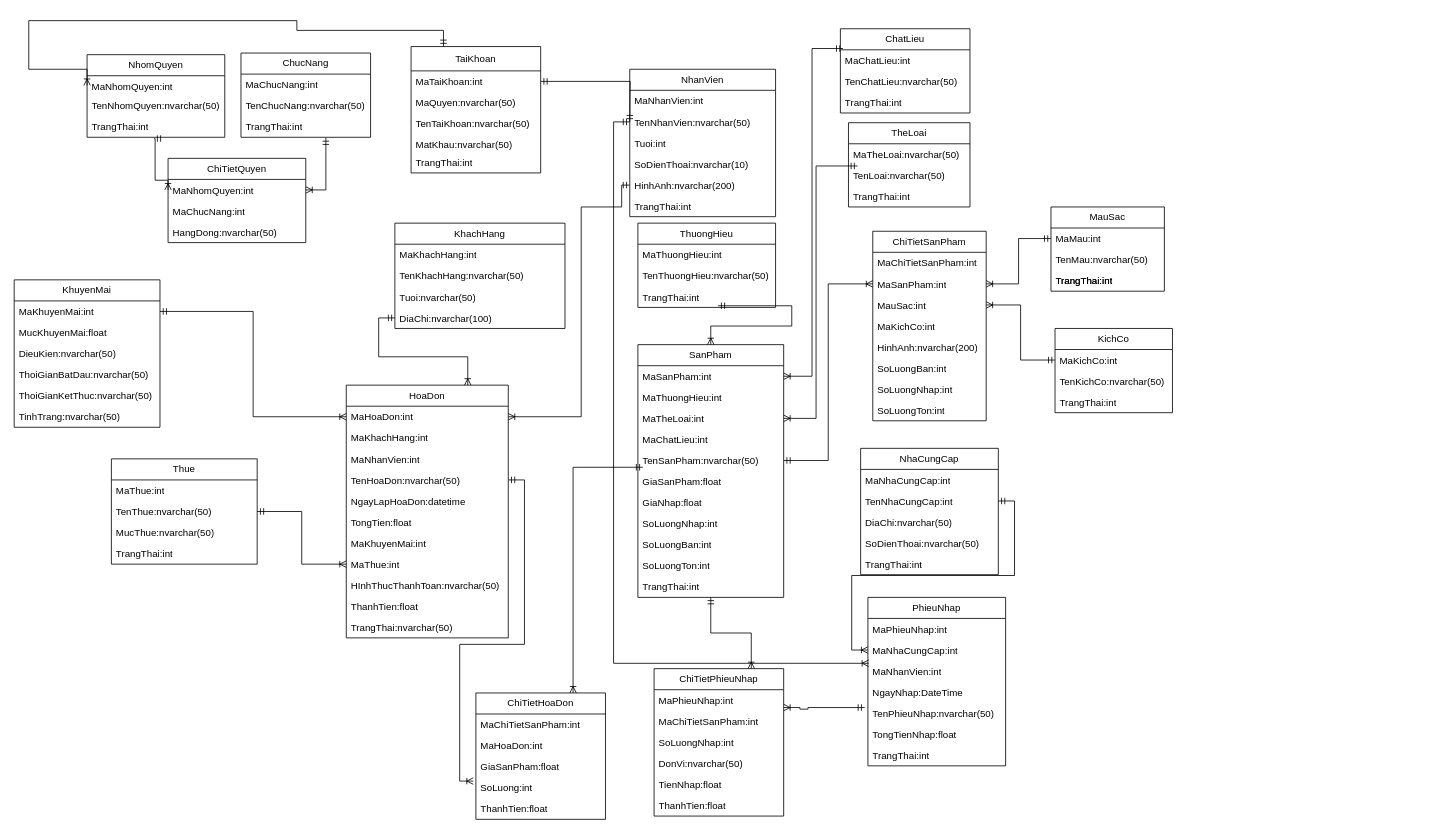
The draw.io diagram Biểu đồ không có tiêu đề (1).drawio in maivantai2003/SportStoreManager, before the edit. Source tidied: cells renumbered, new cells numbered last; positions are measured from the earlier drawing's top-left corner, leaving out a move shared by most shapes. Both pictures are drawn from the tidied source at 81%, with x=0, y=0 at pixel (14, 20).
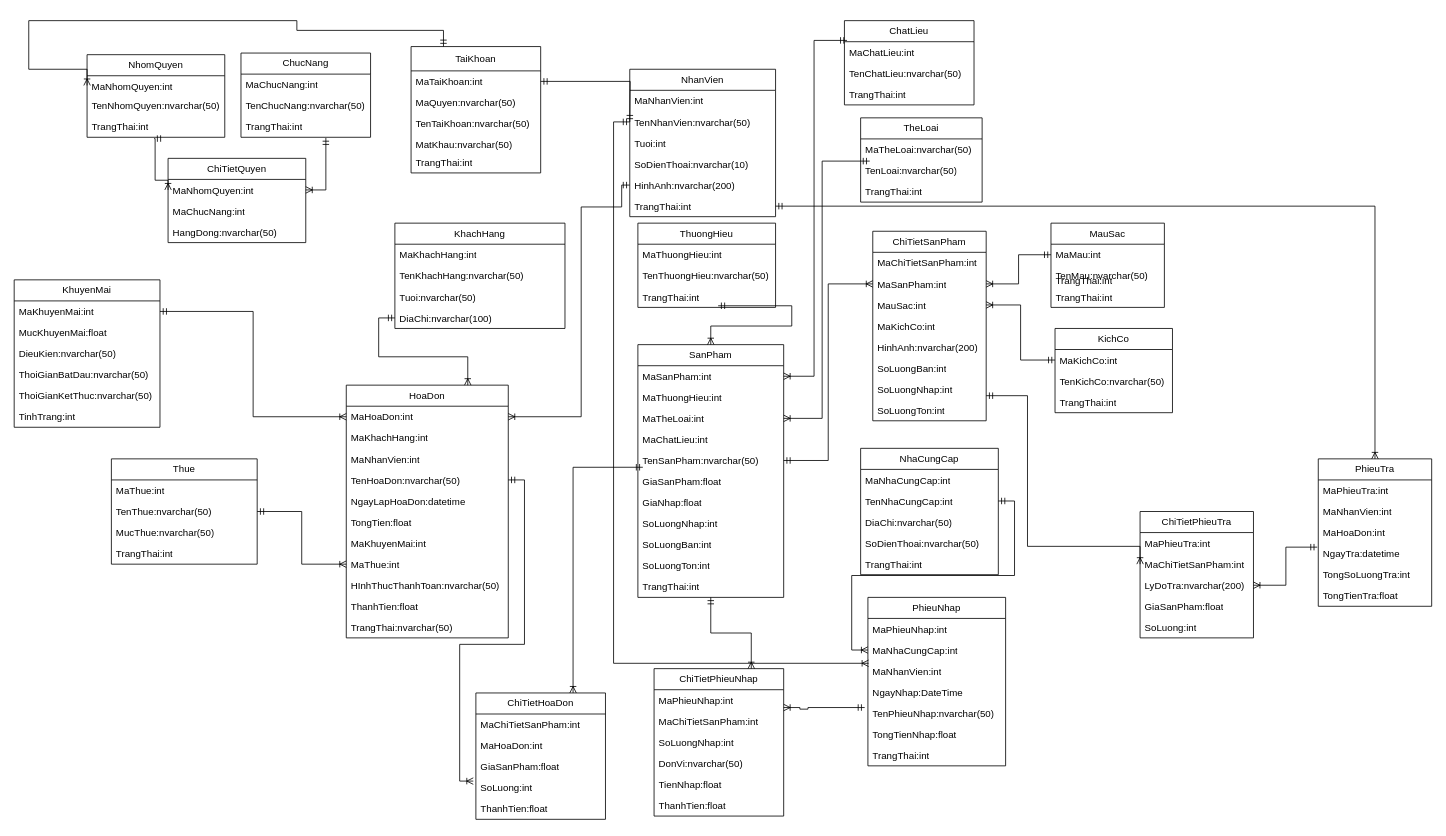
Above is the later version.

Commit message:
Cập nhật Biểu đồ không có tiêu đề (1).drawio

The change refers to these unchanged cells:
```xml
<mxCell id="29" value="TrangThai:int" style="text;strokeColor=none;fillColor=none;align=left;verticalAlign=top;spacingLeft=4;spacingRight=4;overflow=hidden;points=[[0,0.5],[1,0.5]];portConstraint=eastwest;whiteSpace=wrap;html=1;" parent="23" vertex="1">
  <mxGeometry y="156" width="180" height="26" as="geometry" />
</mxCell>
<mxCell id="100" value="KhuyenMai" style="swimlane;fontStyle=0;horizontal=1;startSize=26;fillColor=none;whiteSpace=wrap;html=1;" parent="1" vertex="1">
  <mxGeometry y="320" width="180" height="182" as="geometry" />
</mxCell>
```

Diff of the diagram source:
```diff
@@
     <mxCell id="36" value="TheLoai" style="swimlane;fontStyle=0;horizontal=1;startSize=26;fillColor=none;whiteSpace=wrap;html=1;" parent="1" vertex="1">
-      <mxGeometry x="1030" y="126" width="150" height="104" as="geometry" />
+      <mxGeometry x="1045" y="120" width="150" height="104" as="geometry" />
     </mxCell>
@@
     <mxCell id="52" value="ChatLieu" style="swimlane;fontStyle=0;horizontal=1;startSize=26;fillColor=none;whiteSpace=wrap;html=1;" parent="1" vertex="1">
-      <mxGeometry x="1020" y="10" width="160" height="104" as="geometry" />
+      <mxGeometry x="1025" width="160" height="104" as="geometry" />
     </mxCell>
@@
-    <mxCell id="106" value="TinhTrang:nvarchar(50)" style="text;strokeColor=none;fillColor=none;align=left;verticalAlign=top;spacingLeft=4;spacingRight=4;overflow=hidden;whiteSpace=wrap;html=1;" parent="100" vertex="1">
+    <mxCell id="106" value="TinhTrang:int" style="text;strokeColor=none;fillColor=none;align=left;verticalAlign=top;spacingLeft=4;spacingRight=4;overflow=hidden;whiteSpace=wrap;html=1;" parent="100" vertex="1">
       <mxGeometry y="156" width="180" height="26" as="geometry" />
     </mxCell>
@@
     <mxCell id="123" value="MauSac" style="swimlane;fontStyle=0;horizontal=1;startSize=26;fillColor=none;whiteSpace=wrap;html=1;" parent="1" vertex="1">
-      <mxGeometry x="1280" y="230" width="140" height="104" as="geometry" />
+      <mxGeometry x="1280" y="250" width="140" height="104" as="geometry" />
     </mxCell>
@@
+    <mxCell id="145" value="PhieuTra" style="swimlane;fontStyle=0;horizontal=1;startSize=26;fillColor=none;whiteSpace=wrap;html=1;" parent="1" vertex="1">
+      <mxGeometry x="1610" y="541" width="140" height="182" as="geometry" />
+    </mxCell>
+    <mxCell id="146" value="MaPhieuTra:int" style="text;strokeColor=none;fillColor=none;align=left;verticalAlign=top;spacingLeft=4;spacingRight=4;overflow=hidden;whiteSpace=wrap;html=1;" parent="145" vertex="1">
+      <mxGeometry y="26" width="140" height="26" as="geometry" />
+    </mxCell>
+    <mxCell id="147" value="MaNhanVien:int" style="text;strokeColor=none;fillColor=none;align=left;verticalAlign=top;spacingLeft=4;spacingRight=4;overflow=hidden;whiteSpace=wrap;html=1;" parent="145" vertex="1">
+      <mxGeometry y="52" width="140" height="26" as="geometry" />
+    </mxCell>
+    <mxCell id="148" value="MaHoaDon:int" style="text;strokeColor=none;fillColor=none;align=left;verticalAlign=top;spacingLeft=4;spacingRight=4;overflow=hidden;whiteSpace=wrap;html=1;" parent="145" vertex="1">
+      <mxGeometry y="78" width="140" height="26" as="geometry" />
+    </mxCell>
+    <mxCell id="149" value="NgayTra:datetime" style="text;strokeColor=none;fillColor=none;align=left;verticalAlign=top;spacingLeft=4;spacingRight=4;overflow=hidden;points=[[0,0.5],[1,0.5]];portConstraint=eastwest;whiteSpace=wrap;html=1;" parent="145" vertex="1">
+      <mxGeometry y="104" width="140" height="26" as="geometry" />
+    </mxCell>
+    <mxCell id="150" value="TongSoLuongTra:int" style="text;strokeColor=none;fillColor=none;align=left;verticalAlign=top;spacingLeft=4;spacingRight=4;overflow=hidden;whiteSpace=wrap;html=1;" parent="145" vertex="1">
+      <mxGeometry y="130" width="140" height="26" as="geometry" />
+    </mxCell>
+    <mxCell id="151" value="TongTienTra:float" style="text;strokeColor=none;fillColor=none;align=left;verticalAlign=top;spacingLeft=4;spacingRight=4;overflow=hidden;whiteSpace=wrap;html=1;" parent="145" vertex="1">
+      <mxGeometry y="156" width="140" height="26" as="geometry" />
+    </mxCell>
+    <mxCell id="152" value="ChiTietPhieuTra" style="swimlane;fontStyle=0;horizontal=1;startSize=26;fillColor=none;whiteSpace=wrap;html=1;" parent="1" vertex="1">
+      <mxGeometry x="1390" y="606" width="140" height="156" as="geometry" />
+    </mxCell>
+    <mxCell id="153" value="MaPhieuTra:int" style="text;strokeColor=none;fillColor=none;align=left;verticalAlign=top;spacingLeft=4;spacingRight=4;overflow=hidden;whiteSpace=wrap;html=1;" parent="152" vertex="1">
+      <mxGeometry y="26" width="140" height="26" as="geometry" />
+    </mxCell>
+    <mxCell id="154" value="MaChiTietSanPham:int" style="text;strokeColor=none;fillColor=none;align=left;verticalAlign=top;spacingLeft=4;spacingRight=4;overflow=hidden;points=[[0,0.5],[1,0.5]];portConstraint=eastwest;whiteSpace=wrap;html=1;" parent="152" vertex="1">
+      <mxGeometry y="52" width="140" height="26" as="geometry" />
+    </mxCell>
+    <mxCell id="155" value="LyDoTra:nvarchar(200)" style="text;strokeColor=none;fillColor=none;align=left;verticalAlign=top;spacingLeft=4;spacingRight=4;overflow=hidden;points=[[0,0.5],[1,0.5]];portConstraint=eastwest;whiteSpace=wrap;html=1;" parent="152" vertex="1">
+      <mxGeometry y="78" width="140" height="26" as="geometry" />
+    </mxCell>
+    <mxCell id="156" value="GiaSanPham:float" style="text;strokeColor=none;fillColor=none;align=left;verticalAlign=top;spacingLeft=4;spacingRight=4;overflow=hidden;whiteSpace=wrap;html=1;" parent="152" vertex="1">
+      <mxGeometry y="104" width="140" height="26" as="geometry" />
+    </mxCell>
+    <mxCell id="157" value="SoLuong:int" style="text;strokeColor=none;fillColor=none;align=left;verticalAlign=top;spacingLeft=4;spacingRight=4;overflow=hidden;whiteSpace=wrap;html=1;" parent="152" vertex="1">
+      <mxGeometry y="130" width="140" height="26" as="geometry" />
+    </mxCell>
+    <mxCell id="158" style="edgeStyle=orthogonalEdgeStyle;rounded=0;jettySize=auto;html=1;exitX=1;exitY=0.5;exitDx=0;exitDy=0;entryX=0;entryY=0.5;entryDx=0;entryDy=0;startArrow=ERmandOne;startFill=0;endArrow=ERoneToMany;endFill=0;" parent="1" edge="1" target="154">
+      <mxGeometry relative="1" as="geometry">
+        <mxPoint x="1200" y="463" as="sourcePoint" />
+        <Array as="points">
+          <mxPoint x="1251" y="463" />
+          <mxPoint x="1251" y="649" />
+          <mxPoint x="1390" y="649" />
+        </Array>
+      </mxGeometry>
+    </mxCell>
+    <mxCell id="159" style="edgeStyle=orthogonalEdgeStyle;rounded=0;jettySize=auto;html=1;exitX=1;exitY=0.5;exitDx=0;exitDy=0;entryX=-0.009;entryY=0.192;entryDx=0;entryDy=0;entryPerimeter=0;startArrow=ERoneToMany;startFill=0;endArrow=ERmandOne;endFill=0;" parent="1" edge="1" source="155" target="149">
+      <mxGeometry relative="1" as="geometry" />
+    </mxCell>
+    <mxCell id="160" style="edgeStyle=orthogonalEdgeStyle;rounded=0;jettySize=auto;html=1;exitX=1;exitY=0.5;exitDx=0;exitDy=0;startArrow=ERmandOne;startFill=0;endArrow=ERoneToMany;endFill=0;" parent="1" edge="1" source="29" target="145">
+      <mxGeometry relative="1" as="geometry" />
+    </mxCell>
```
